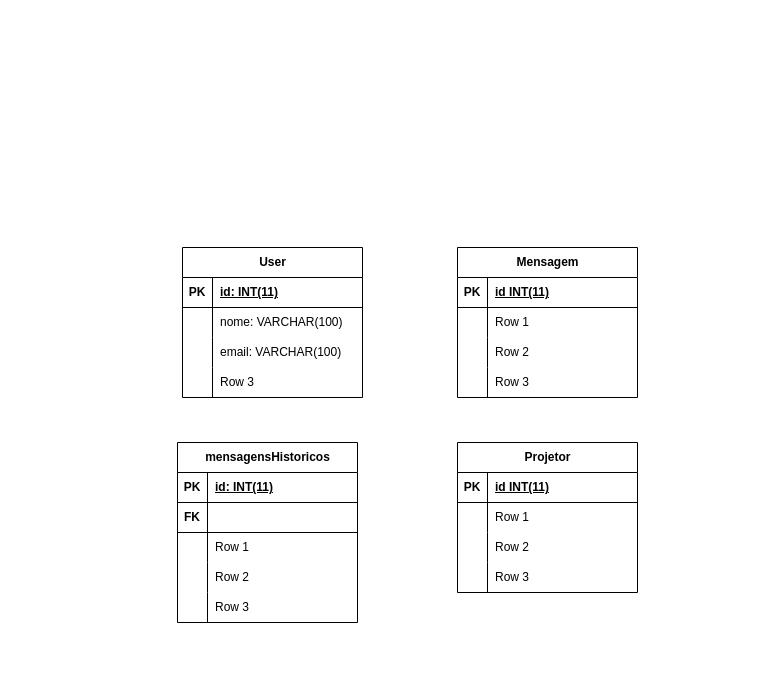
The draw.io diagram BaseDeDados/modeloER.drawio in Rodrigo-Pereira3/PAP, before the edit. Source tidied: cells renumbered, new cells numbered last; positions are measured from the earlier drawing's top-left corner, leaving out a move shared by most shapes. Both pictures are drawn from the tidied source at 100%, with x=0, y=0 at pixel (177, 247).
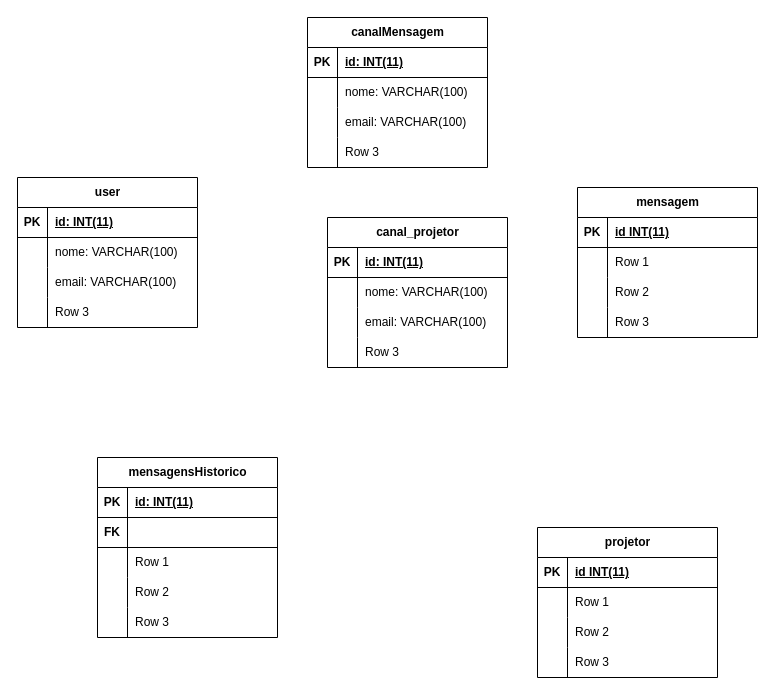
Above is the later version.

Commit message (it also covers changes not shown here):
Base de Dados

What changed in the source:
```diff
@@
-    <mxCell id="2" value="mensagensHistoricos" style="shape=table;startSize=30;childLayout=tableLayout;rowLines=0;fontStyle=1;align=center;html=1;" parent="1" vertex="1">
-      <mxGeometry y="195" width="180" height="180" as="geometry" />
+    <mxCell id="2" value="mensagensHistorico" style="shape=table;startSize=30;childLayout=tableLayout;rowLines=0;fontStyle=1;align=center;html=1;" parent="1" vertex="1">
+      <mxGeometry x="-80" y="210" width="180" height="180" as="geometry" />
     </mxCell>
@@
-    <mxCell id="18" value="User" style="shape=table;startSize=30;childLayout=tableLayout;rowLines=0;fontStyle=1;align=center;html=1;" parent="1" vertex="1">
-      <mxGeometry x="5" width="180" height="150" as="geometry" />
+    <mxCell id="18" value="user" style="shape=table;startSize=30;childLayout=tableLayout;rowLines=0;fontStyle=1;align=center;html=1;" parent="1" vertex="1">
+      <mxGeometry x="-160" y="-70" width="180" height="150" as="geometry" />
     </mxCell>
@@
-    <mxCell id="31" value="Mensagem" style="shape=table;startSize=30;childLayout=tableLayout;rowLines=0;fontStyle=1;align=center;html=1;" parent="1" vertex="1">
-      <mxGeometry x="280" width="180" height="150" as="geometry" />
+    <mxCell id="31" value="mensagem" style="shape=table;startSize=30;childLayout=tableLayout;rowLines=0;fontStyle=1;align=center;html=1;" parent="1" vertex="1">
+      <mxGeometry x="400" y="-60" width="180" height="150" as="geometry" />
     </mxCell>
@@
-    <mxCell id="44" value="Projetor" style="shape=table;startSize=30;childLayout=tableLayout;rowLines=0;fontStyle=1;align=center;html=1;" parent="1" vertex="1">
-      <mxGeometry x="280" y="195" width="180" height="150" as="geometry" />
+    <mxCell id="44" value="projetor" style="shape=table;startSize=30;childLayout=tableLayout;rowLines=0;fontStyle=1;align=center;html=1;" parent="1" vertex="1">
+      <mxGeometry x="360" y="280" width="180" height="150" as="geometry" />
     </mxCell>
@@
+    <mxCell id="57" value="canalMensagem" style="shape=table;startSize=30;childLayout=tableLayout;rowLines=0;fontStyle=1;align=center;html=1;" parent="1" vertex="1">
+      <mxGeometry x="130" y="-230" width="180" height="150" as="geometry" />
+    </mxCell>
+    <mxCell id="58" style="shape=tableRow;horizontal=0;startSize=0;swimlaneHead=0;swimlaneBody=0;fillColor=none;top=0;left=0;right=0;bottom=1;" parent="57" vertex="1">
+      <mxGeometry y="30" width="180" height="30" as="geometry" />
+    </mxCell>
+    <mxCell id="59" value="PK" style="shape=partialRectangle;fillColor=none;top=0;left=0;bottom=0;right=0;fontStyle=1;overflow=hidden;whiteSpace=wrap;html=1;" parent="58" vertex="1">
+      <mxGeometry width="30" height="30" as="geometry" />
+    </mxCell>
+    <mxCell id="60" value="id: INT(11)" style="shape=partialRectangle;fillColor=none;top=0;left=0;bottom=0;right=0;align=left;spacingLeft=6;fontStyle=5;overflow=hidden;whiteSpace=wrap;html=1;" parent="58" vertex="1">
+      <mxGeometry x="30" width="150" height="30" as="geometry" />
+    </mxCell>
+    <mxCell id="61" style="shape=tableRow;horizontal=0;startSize=0;swimlaneHead=0;swimlaneBody=0;fillColor=none;top=0;left=0;right=0;bottom=0;" parent="57" vertex="1">
+      <mxGeometry y="60" width="180" height="30" as="geometry" />
+    </mxCell>
+    <mxCell id="62" style="shape=partialRectangle;fillColor=none;top=0;left=0;bottom=0;right=0;overflow=hidden;whiteSpace=wrap;html=1;" parent="61" vertex="1">
+      <mxGeometry width="30" height="30" as="geometry" />
+    </mxCell>
+    <mxCell id="63" value="nome: VARCHAR(100)" style="shape=partialRectangle;fillColor=none;top=0;left=0;bottom=0;right=0;align=left;spacingLeft=6;overflow=hidden;whiteSpace=wrap;html=1;" parent="61" vertex="1">
+      <mxGeometry x="30" width="150" height="30" as="geometry" />
+    </mxCell>
+    <mxCell id="64" style="shape=tableRow;horizontal=0;startSize=0;swimlaneHead=0;swimlaneBody=0;fillColor=none;top=0;left=0;right=0;bottom=0;" parent="57" vertex="1">
+      <mxGeometry y="90" width="180" height="30" as="geometry" />
+    </mxCell>
+    <mxCell id="65" style="shape=partialRectangle;fillColor=none;top=0;left=0;bottom=0;right=0;overflow=hidden;whiteSpace=wrap;html=1;" parent="64" vertex="1">
+      <mxGeometry width="30" height="30" as="geometry" />
+    </mxCell>
+    <mxCell id="66" value="email: VARCHAR(100)" style="shape=partialRectangle;fillColor=none;top=0;left=0;bottom=0;right=0;align=left;spacingLeft=6;overflow=hidden;whiteSpace=wrap;html=1;" parent="64" vertex="1">
+      <mxGeometry x="30" width="150" height="30" as="geometry" />
+    </mxCell>
+    <mxCell id="67" style="shape=tableRow;horizontal=0;startSize=0;swimlaneHead=0;swimlaneBody=0;fillColor=none;top=0;left=0;right=0;bottom=0;" parent="57" vertex="1">
+      <mxGeometry y="120" width="180" height="30" as="geometry" />
+    </mxCell>
+    <mxCell id="68" style="shape=partialRectangle;fillColor=none;top=0;left=0;bottom=0;right=0;overflow=hidden;whiteSpace=wrap;html=1;" parent="67" vertex="1">
+      <mxGeometry width="30" height="30" as="geometry" />
+    </mxCell>
+    <mxCell id="69" value="Row 3" style="shape=partialRectangle;fillColor=none;top=0;left=0;bottom=0;right=0;align=left;spacingLeft=6;overflow=hidden;whiteSpace=wrap;html=1;" parent="67" vertex="1">
+      <mxGeometry x="30" width="150" height="30" as="geometry" />
+    </mxCell>
+    <mxCell id="70" value="canal_projetor" style="shape=table;startSize=30;childLayout=tableLayout;rowLines=0;fontStyle=1;align=center;html=1;" parent="1" vertex="1">
+      <mxGeometry x="150" y="-30" width="180" height="150" as="geometry" />
+    </mxCell>
+    <mxCell id="71" style="shape=tableRow;horizontal=0;startSize=0;swimlaneHead=0;swimlaneBody=0;fillColor=none;top=0;left=0;right=0;bottom=1;" parent="70" vertex="1">
+      <mxGeometry y="30" width="180" height="30" as="geometry" />
+    </mxCell>
+    <mxCell id="72" value="PK" style="shape=partialRectangle;fillColor=none;top=0;left=0;bottom=0;right=0;fontStyle=1;overflow=hidden;whiteSpace=wrap;html=1;" parent="71" vertex="1">
+      <mxGeometry width="30" height="30" as="geometry" />
+    </mxCell>
+    <mxCell id="73" value="id: INT(11)" style="shape=partialRectangle;fillColor=none;top=0;left=0;bottom=0;right=0;align=left;spacingLeft=6;fontStyle=5;overflow=hidden;whiteSpace=wrap;html=1;" parent="71" vertex="1">
+      <mxGeometry x="30" width="150" height="30" as="geometry" />
+    </mxCell>
+    <mxCell id="74" style="shape=tableRow;horizontal=0;startSize=0;swimlaneHead=0;swimlaneBody=0;fillColor=none;top=0;left=0;right=0;bottom=0;" parent="70" vertex="1">
+      <mxGeometry y="60" width="180" height="30" as="geometry" />
+    </mxCell>
+    <mxCell id="75" style="shape=partialRectangle;fillColor=none;top=0;left=0;bottom=0;right=0;overflow=hidden;whiteSpace=wrap;html=1;" parent="74" vertex="1">
+      <mxGeometry width="30" height="30" as="geometry" />
+    </mxCell>
+    <mxCell id="76" value="nome: VARCHAR(100)" style="shape=partialRectangle;fillColor=none;top=0;left=0;bottom=0;right=0;align=left;spacingLeft=6;overflow=hidden;whiteSpace=wrap;html=1;" parent="74" vertex="1">
+      <mxGeometry x="30" width="150" height="30" as="geometry" />
+    </mxCell>
+    <mxCell id="77" style="shape=tableRow;horizontal=0;startSize=0;swimlaneHead=0;swimlaneBody=0;fillColor=none;top=0;left=0;right=0;bottom=0;" parent="70" vertex="1">
+      <mxGeometry y="90" width="180" height="30" as="geometry" />
+    </mxCell>
+    <mxCell id="78" style="shape=partialRectangle;fillColor=none;top=0;left=0;bottom=0;right=0;overflow=hidden;whiteSpace=wrap;html=1;" parent="77" vertex="1">
+      <mxGeometry width="30" height="30" as="geometry" />
+    </mxCell>
+    <mxCell id="79" value="email: VARCHAR(100)" style="shape=partialRectangle;fillColor=none;top=0;left=0;bottom=0;right=0;align=left;spacingLeft=6;overflow=hidden;whiteSpace=wrap;html=1;" parent="77" vertex="1">
+      <mxGeometry x="30" width="150" height="30" as="geometry" />
+    </mxCell>
+    <mxCell id="80" style="shape=tableRow;horizontal=0;startSize=0;swimlaneHead=0;swimlaneBody=0;fillColor=none;top=0;left=0;right=0;bottom=0;" parent="70" vertex="1">
+      <mxGeometry y="120" width="180" height="30" as="geometry" />
+    </mxCell>
+    <mxCell id="81" style="shape=partialRectangle;fillColor=none;top=0;left=0;bottom=0;right=0;overflow=hidden;whiteSpace=wrap;html=1;" parent="80" vertex="1">
+      <mxGeometry width="30" height="30" as="geometry" />
+    </mxCell>
+    <mxCell id="82" value="Row 3" style="shape=partialRectangle;fillColor=none;top=0;left=0;bottom=0;right=0;align=left;spacingLeft=6;overflow=hidden;whiteSpace=wrap;html=1;" parent="80" vertex="1">
+      <mxGeometry x="30" width="150" height="30" as="geometry" />
+    </mxCell>
```
